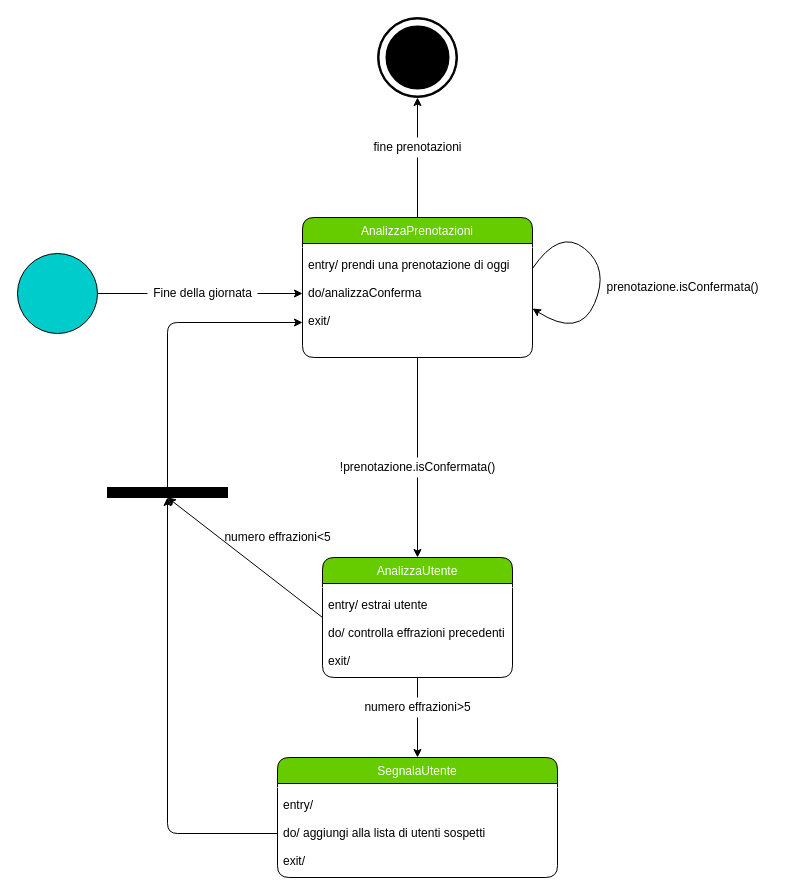
Earlier version of the draw.io diagram drawio/Architettura Logica/Comportamento.drawio (lnwor/farmabyte-doc). Source tidied: cells renumbered, new cells numbered last; positions are measured from the earlier drawing's top-left corner, leaving out a move shared by most shapes. Both pictures are drawn from the tidied source at 100%, with x=0, y=0 at pixel (17, 17).
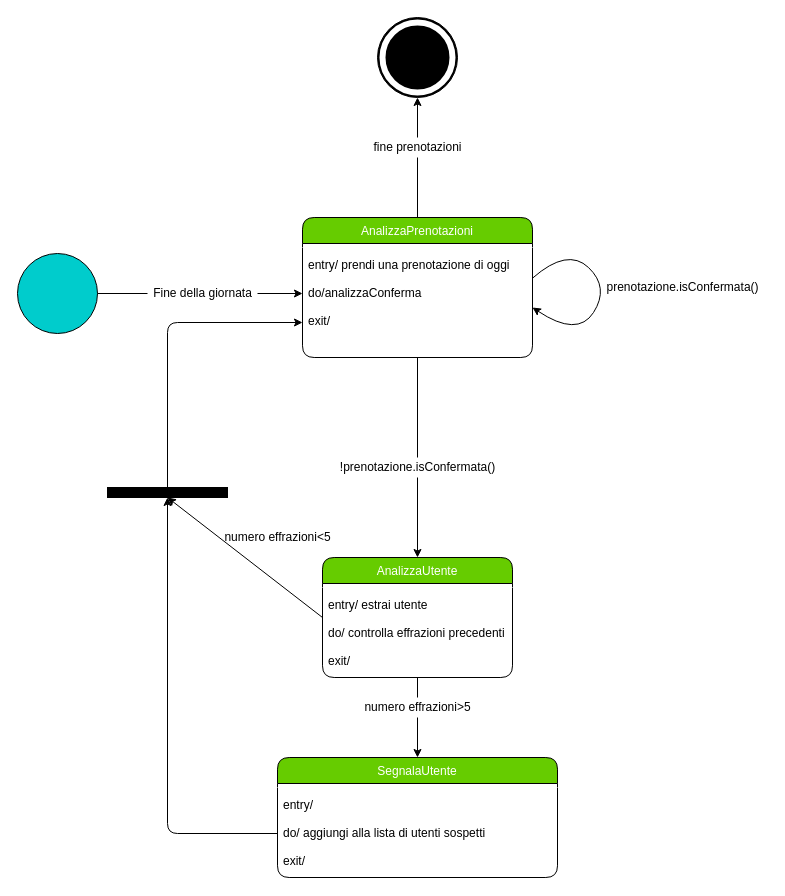
The same page after the edit.

Commit message:
raddrizzata una riga

The change refers to these unchanged cells:
```xml
<mxCell id="7" value="do/analizzaConferma" style="text;align=left;verticalAlign=top;spacingLeft=4;spacingRight=4;overflow=hidden;points=[[0,0.5],[1,0.5]];portConstraint=eastwest;" parent="4" vertex="1">
  <mxGeometry y="62" width="230" height="28" as="geometry" />
</mxCell>
```

The edit, as a diff of the source:
```diff
@@
-    <mxCell id="25" style="curved=1;endArrow=classic;html=1;" parent="1" edge="1">
+    <mxCell id="25" style="curved=1;endArrow=classic;html=1;exitX=1.001;exitY=-0.054;exitDx=0;exitDy=0;exitPerimeter=0;" parent="1" edge="1" source="7">
       <mxGeometry relative="1" as="geometry">
-        <mxPoint x="515" y="251" as="sourcePoint" />
-        <mxPoint x="515" y="291" as="targetPoint" />
+        <mxPoint x="515" y="290" as="targetPoint" />
         <Array as="points">
-          <mxPoint x="542" y="211" />
-          <mxPoint x="592" y="251" />
-          <mxPoint x="562" y="321" />
+          <mxPoint x="550" y="230" />
+          <mxPoint x="592" y="270" />
+          <mxPoint x="560" y="320" />
         </Array>
       </mxGeometry>
     </mxCell>
```
